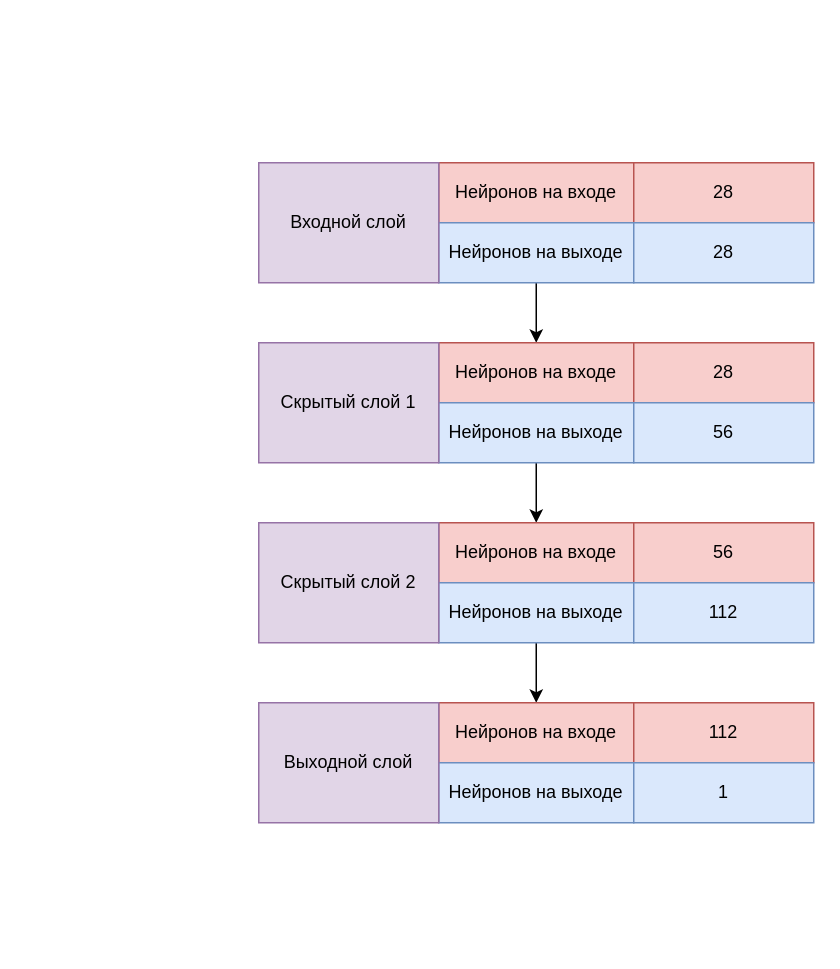
Earlier version of the draw.io diagram page "ИНС СТРУКТУРА" (8 of 32) of Диаграмки.drawio (Infoboros/bachelors-degree). Source tidied: cells renumbered, new cells numbered last; positions are measured from the earlier drawing's top-left corner, leaving out a move shared by most shapes. Both pictures are drawn from the tidied source at 150%, with x=0, y=0 at pixel (258, 162).
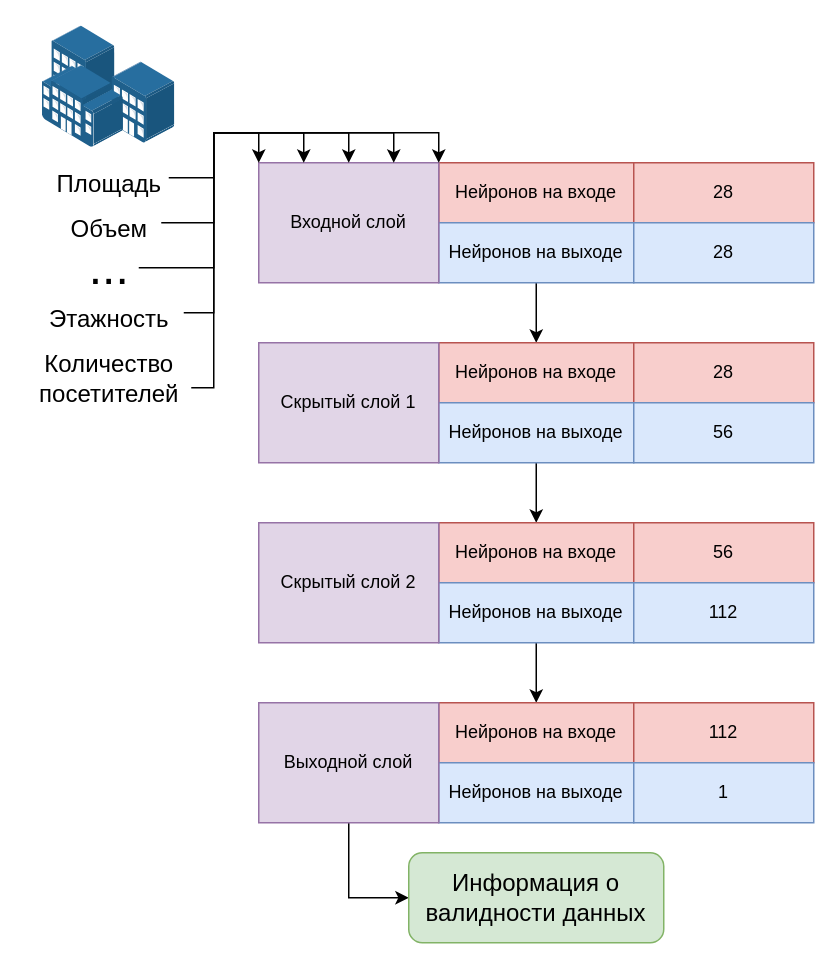
After the change.

Unchanged cells that the change refers to:
```xml
<mxCell id="5" value="Входной слой" style="rounded=0;whiteSpace=wrap;html=1;fillColor=#e1d5e7;strokeColor=#9673a6;" parent="1" vertex="1">
  <mxGeometry width="120" height="80" as="geometry" />
</mxCell>
<mxCell id="22" value="Выходной слой" style="rounded=0;whiteSpace=wrap;html=1;fillColor=#e1d5e7;strokeColor=#9673a6;" parent="1" vertex="1">
  <mxGeometry y="360" width="120" height="80" as="geometry" />
</mxCell>
```

Diff of the diagram source:
```diff
@@
+    <mxCell id="25" style="edgeStyle=orthogonalEdgeStyle;rounded=0;jettySize=auto;html=1;exitX=0.5;exitY=1;exitDx=0;exitDy=0;fontFamily=Helvetica;fontSize=32;entryX=0;entryY=0.5;entryDx=0;entryDy=0;" parent="1" edge="1" source="22" target="38">
+      <mxGeometry relative="1" as="geometry" />
+    </mxCell>
@@
+    <mxCell id="26" style="edgeStyle=orthogonalEdgeStyle;rounded=0;jettySize=auto;html=1;entryX=1;entryY=0;entryDx=0;entryDy=0;fontSize=32;" parent="1" edge="1" source="27" target="5">
+      <mxGeometry relative="1" as="geometry" />
+    </mxCell>
+    <mxCell id="27" value="&lt;font style=&quot;font-size: 16px&quot;&gt;Площадь&lt;/font&gt;" style="text;html=1;align=center;verticalAlign=middle;points=[];strokeColor=none;fillColor=none;fontSize=28;" parent="1" vertex="1">
+      <mxGeometry x="-140" y="-10" width="80" height="40" as="geometry" />
+    </mxCell>
+    <mxCell id="28" style="edgeStyle=orthogonalEdgeStyle;rounded=0;jettySize=auto;html=1;fontSize=32;" parent="1" edge="1" source="29">
+      <mxGeometry relative="1" as="geometry">
+        <mxPoint x="30" as="targetPoint" />
+        <Array as="points">
+          <mxPoint x="-30" y="40" />
+          <mxPoint x="-30" y="-20" />
+          <mxPoint x="30" y="-20" />
+        </Array>
+      </mxGeometry>
+    </mxCell>
+    <mxCell id="29" value="&lt;font style=&quot;font-size: 16px&quot;&gt;Объем&lt;/font&gt;" style="text;html=1;align=center;verticalAlign=middle;points=[];strokeColor=none;fillColor=none;fontSize=28;" parent="1" vertex="1">
+      <mxGeometry x="-135" y="20" width="70" height="40" as="geometry" />
+    </mxCell>
+    <mxCell id="30" style="edgeStyle=orthogonalEdgeStyle;rounded=0;jettySize=auto;html=1;entryX=0.5;entryY=0;entryDx=0;entryDy=0;fontSize=32;" parent="1" edge="1" source="31" target="5">
+      <mxGeometry relative="1" as="geometry">
+        <Array as="points">
+          <mxPoint x="-30" y="70" />
+          <mxPoint x="-30" y="-20" />
+          <mxPoint x="60" y="-20" />
+        </Array>
+      </mxGeometry>
+    </mxCell>
+    <mxCell id="31" value="&lt;font style=&quot;font-size: 32px;&quot;&gt;...&lt;/font&gt;" style="text;html=1;align=center;verticalAlign=middle;points=[];strokeColor=none;fillColor=none;fontSize=28;" parent="1" vertex="1">
+      <mxGeometry x="-120" y="50" width="40" height="40" as="geometry" />
+    </mxCell>
+    <mxCell id="32" style="edgeStyle=orthogonalEdgeStyle;rounded=0;jettySize=auto;html=1;entryX=0.75;entryY=0;entryDx=0;entryDy=0;fontSize=32;" parent="1" edge="1" source="33" target="5">
+      <mxGeometry relative="1" as="geometry">
+        <Array as="points">
+          <mxPoint x="-30" y="100" />
+          <mxPoint x="-30" y="-20" />
+          <mxPoint x="90" y="-20" />
+        </Array>
+      </mxGeometry>
+    </mxCell>
+    <mxCell id="33" value="&lt;font size=&quot;3&quot;&gt;Этажность&lt;/font&gt;" style="text;html=1;align=center;verticalAlign=middle;points=[];strokeColor=none;fillColor=none;fontSize=28;" parent="1" vertex="1">
+      <mxGeometry x="-150" y="80" width="100" height="40" as="geometry" />
+    </mxCell>
+    <mxCell id="34" value="&lt;font size=&quot;3&quot;&gt;Количество&lt;/font&gt;" style="text;html=1;align=center;verticalAlign=middle;strokeColor=none;fillColor=none;fontSize=28;" parent="1" vertex="1">
+      <mxGeometry x="-150" y="110" width="100" height="40" as="geometry" />
+    </mxCell>
+    <mxCell id="35" style="edgeStyle=orthogonalEdgeStyle;rounded=0;jettySize=auto;html=1;entryX=0;entryY=0;entryDx=0;entryDy=0;fontFamily=Helvetica;fontSize=32;" parent="1" edge="1" source="36" target="5">
+      <mxGeometry relative="1" as="geometry">
+        <Array as="points">
+          <mxPoint x="-30" y="150" />
+          <mxPoint x="-30" y="-20" />
+          <mxPoint y="-20" />
+        </Array>
+      </mxGeometry>
+    </mxCell>
+    <mxCell id="36" value="&lt;font size=&quot;3&quot;&gt;посетителей&lt;/font&gt;" style="text;html=1;align=center;verticalAlign=middle;points=[];strokeColor=none;fillColor=none;fontSize=28;" parent="1" vertex="1">
+      <mxGeometry x="-155" y="130" width="110" height="40" as="geometry" />
+    </mxCell>
+    <mxCell id="37" style="html=1;align=center;shadow=0;dashed=0;image;image=img/lib/allied_telesis/buildings/Building_Cluster.svg;fontFamily=Helvetica;fontSize=32;" parent="1" vertex="1">
+      <mxGeometry x="-144.2" y="-91" width="88.4" height="81" as="geometry" />
+    </mxCell>
+    <mxCell id="38" value="Информация о валидности данных" style="rounded=1;whiteSpace=wrap;html=1;fontFamily=Helvetica;fontSize=16;fillColor=#d5e8d4;strokeColor=#82b366;" parent="1" vertex="1">
+      <mxGeometry x="100" y="460" width="170" height="60" as="geometry" />
+    </mxCell>
```
